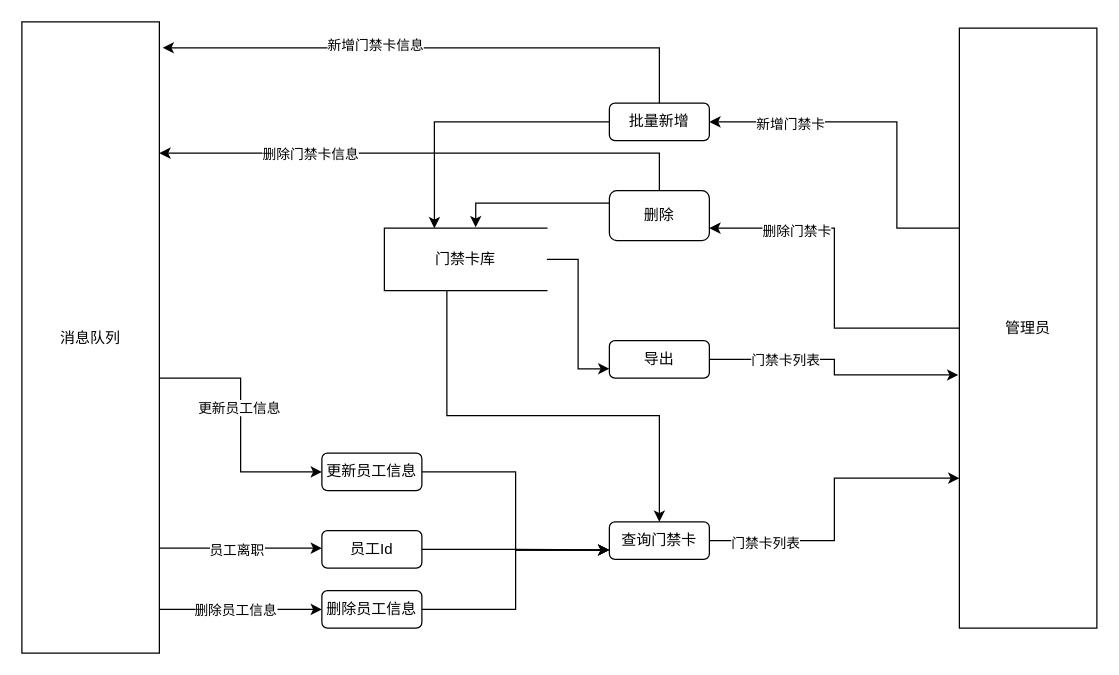
Alger-g/diagrams keeps this draw.io diagram as 门禁卡管理.drawio. Above is the earlier version. Source tidied: cells renumbered, new cells numbered last; positions are measured from the earlier drawing's top-left corner, leaving out a move shared by most shapes. Both pictures are drawn from the tidied source at 125%, with x=0, y=0 at pixel (21, 21).
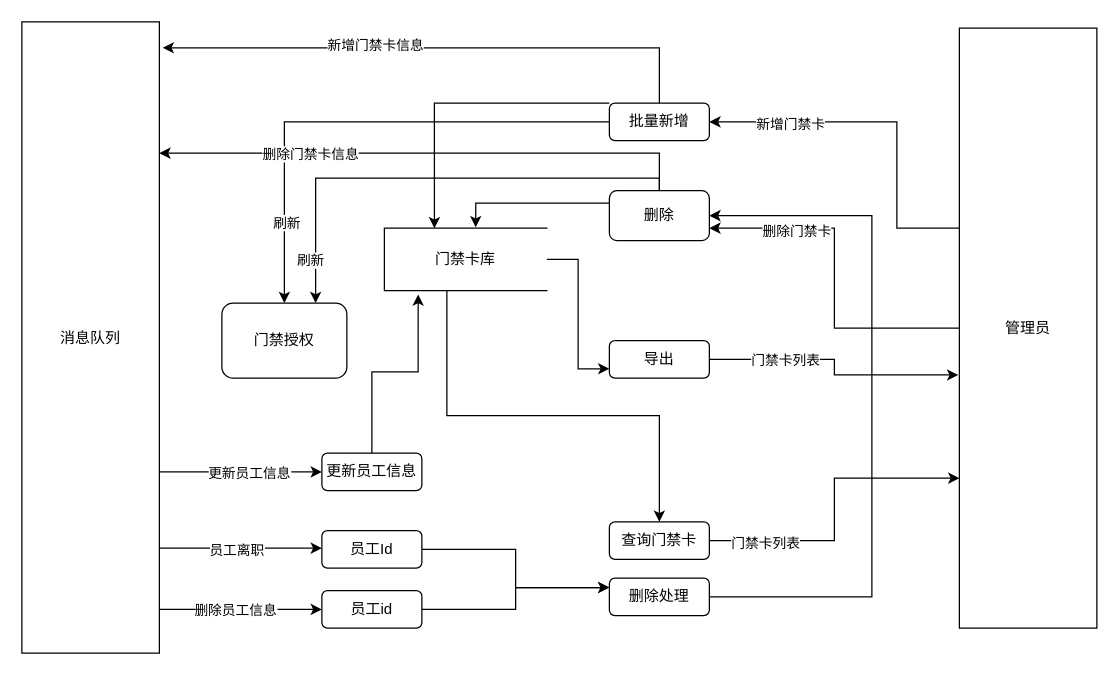
Above is the later version.

Commit message:
更新门禁卡管理.drawio

The change refers to these unchanged cells:
```xml
<mxCell id="8" value="消息队列" style="rounded=0;whiteSpace=wrap;html=1;" parent="1" vertex="1">
  <mxGeometry width="110" height="505" as="geometry" />
</mxCell>
<mxCell id="14" value="批量新增" style="rounded=1;whiteSpace=wrap;html=1;" parent="1" vertex="1">
  <mxGeometry x="470" y="65" width="80" height="30" as="geometry" />
</mxCell>
<mxCell id="18" value="删除" style="rounded=1;whiteSpace=wrap;html=1;" parent="1" vertex="1">
  <mxGeometry x="470" y="135" width="80" height="40" as="geometry" />
</mxCell>
<mxCell id="21" value="查询门禁卡" style="rounded=1;whiteSpace=wrap;html=1;" parent="1" vertex="1">
  <mxGeometry x="470" y="400" width="80" height="30" as="geometry" />
</mxCell>
<mxCell id="24" value="门禁卡库" style="shape=partialRectangle;whiteSpace=wrap;html=1;bottom=1;right=1;left=1;top=0;fillColor=none;routingCenterX=-0.5;direction=south;" parent="1" vertex="1">
  <mxGeometry x="290" y="165" width="130" height="50" as="geometry" />
</mxCell>
<mxCell id="30" value="更新员工信息" style="rounded=1;whiteSpace=wrap;html=1;" parent="1" vertex="1">
  <mxGeometry x="240" y="345" width="80" height="30" as="geometry" />
</mxCell>
<mxCell id="36" value="员工Id" style="rounded=1;whiteSpace=wrap;html=1;" parent="1" vertex="1">
  <mxGeometry x="240" y="407" width="80" height="30" as="geometry" />
</mxCell>
```

Diff of the diagram source:
```diff
@@
     <mxCell id="2" style="edgeStyle=orthogonalEdgeStyle;rounded=0;jettySize=auto;html=1;entryX=0;entryY=0.5;entryDx=0;entryDy=0;" parent="1" edge="1" source="8" target="30">
       <mxGeometry relative="1" as="geometry">
         <Array as="points">
-          <mxPoint x="175" y="285" />
-          <mxPoint x="175" y="360" />
+          <mxPoint x="140" y="360" />
+          <mxPoint x="140" y="360" />
         </Array>
       </mxGeometry>
     </mxCell>
     <mxCell id="3" value="更新员工信息" style="edgeLabel;html=1;align=center;verticalAlign=middle;" parent="2" vertex="1">
-      <mxGeometry x="-0.14" y="-2" relative="1" as="geometry" />
+      <mxGeometry x="-0.14" y="-2" relative="1" as="geometry">
+        <mxPoint x="15" y="-2" as="offset" />
+      </mxGeometry>
     </mxCell>
@@
+    <mxCell id="37" style="edgeStyle=orthogonalEdgeStyle;rounded=0;jettySize=auto;html=1;" parent="1" edge="1" source="14" target="44">
+      <mxGeometry relative="1" as="geometry" />
+    </mxCell>
+    <mxCell id="38" value="刷新" style="edgeLabel;html=1;align=center;verticalAlign=middle;" parent="37" vertex="1">
+      <mxGeometry x="0.68" y="1" relative="1" as="geometry" />
+    </mxCell>
@@
+    <mxCell id="39" style="edgeStyle=orthogonalEdgeStyle;rounded=0;jettySize=auto;html=1;entryX=0.75;entryY=0;entryDx=0;entryDy=0;" parent="1" edge="1" source="18" target="44">
+      <mxGeometry relative="1" as="geometry">
+        <Array as="points">
+          <mxPoint x="510" y="125" />
+          <mxPoint x="235" y="125" />
+        </Array>
+      </mxGeometry>
+    </mxCell>
+    <mxCell id="40" value="刷新" style="edgeLabel;html=1;align=center;verticalAlign=middle;" parent="39" vertex="1">
+      <mxGeometry x="0.66" y="-1" relative="1" as="geometry">
+        <mxPoint x="-4" y="30" as="offset" />
+      </mxGeometry>
+    </mxCell>
@@
     <mxCell id="28" style="edgeStyle=orthogonalEdgeStyle;rounded=0;jettySize=auto;html=1;entryX=0.003;entryY=0.692;entryDx=0;entryDy=0;entryPerimeter=0;" parent="1" edge="1" source="14" target="24">
-      <mxGeometry relative="1" as="geometry" />
+      <mxGeometry relative="1" as="geometry">
+        <Array as="points">
+          <mxPoint x="330" y="65" />
+        </Array>
+      </mxGeometry>
     </mxCell>
-    <mxCell id="29" style="edgeStyle=orthogonalEdgeStyle;rounded=0;jettySize=auto;html=1;entryX=0;entryY=0.75;entryDx=0;entryDy=0;" parent="1" edge="1" source="30" target="21">
-      <mxGeometry relative="1" as="geometry" />
-    </mxCell>
+    <mxCell id="41" style="edgeStyle=orthogonalEdgeStyle;rounded=0;jettySize=auto;html=1;entryX=1.06;entryY=0.792;entryDx=0;entryDy=0;entryPerimeter=0;" parent="1" edge="1" source="30" target="24">
+      <mxGeometry relative="1" as="geometry" />
+    </mxCell>
@@
-    <mxCell id="31" style="edgeStyle=orthogonalEdgeStyle;rounded=0;jettySize=auto;html=1;entryX=0;entryY=0.75;entryDx=0;entryDy=0;" parent="1" edge="1" source="32" target="21">
-      <mxGeometry relative="1" as="geometry" />
-    </mxCell>
+    <mxCell id="42" style="edgeStyle=orthogonalEdgeStyle;rounded=0;jettySize=auto;html=1;entryX=0;entryY=0.25;entryDx=0;entryDy=0;" parent="1" edge="1" source="32" target="46">
+      <mxGeometry relative="1" as="geometry" />
+    </mxCell>
-    <mxCell id="32" value="删除员工信息" style="rounded=1;whiteSpace=wrap;html=1;" parent="1" vertex="1">
+    <mxCell id="32" value="员工id" style="rounded=1;whiteSpace=wrap;html=1;" parent="1" vertex="1">
       <mxGeometry x="240" y="455" width="80" height="30" as="geometry" />
     </mxCell>
@@
-    <mxCell id="35" style="edgeStyle=orthogonalEdgeStyle;rounded=0;jettySize=auto;html=1;entryX=0;entryY=0.75;entryDx=0;entryDy=0;" parent="1" edge="1" source="36" target="21">
-      <mxGeometry relative="1" as="geometry" />
-    </mxCell>
+    <mxCell id="43" style="edgeStyle=orthogonalEdgeStyle;rounded=0;jettySize=auto;html=1;entryX=0;entryY=0.25;entryDx=0;entryDy=0;" parent="1" edge="1" source="36" target="46">
+      <mxGeometry relative="1" as="geometry" />
+    </mxCell>
@@
+    <mxCell id="44" value="门禁授权" style="rounded=1;whiteSpace=wrap;html=1;" parent="1" vertex="1">
+      <mxGeometry x="160" y="225" width="100" height="60" as="geometry" />
+    </mxCell>
+    <mxCell id="45" style="edgeStyle=orthogonalEdgeStyle;rounded=0;jettySize=auto;html=1;entryX=1;entryY=0.5;entryDx=0;entryDy=0;" parent="1" edge="1" source="46" target="18">
+      <mxGeometry relative="1" as="geometry">
+        <Array as="points">
+          <mxPoint x="680" y="460" />
+          <mxPoint x="680" y="155" />
+        </Array>
+      </mxGeometry>
+    </mxCell>
+    <mxCell id="46" value="删除处理" style="rounded=1;whiteSpace=wrap;html=1;" parent="1" vertex="1">
+      <mxGeometry x="470" y="445" width="80" height="30" as="geometry" />
+    </mxCell>
```
